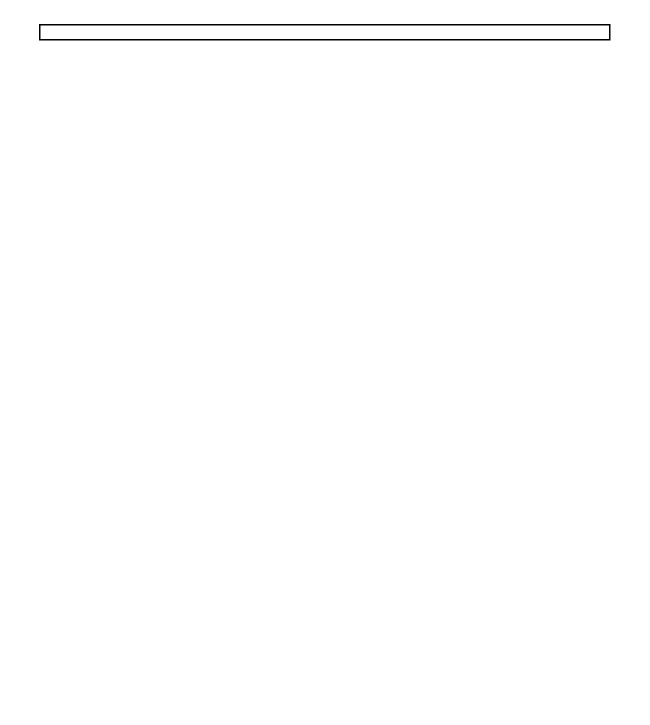
The draw.io diagram Garage_01.drawio in joschinger-github/garage, before the edit. Source tidied: cells renumbered, new cells numbered last; positions are measured from the earlier drawing's top-left corner, leaving out a move shared by most shapes. Both pictures are drawn from the tidied source at 150%, with x=0, y=0 at pixel (39, 24).
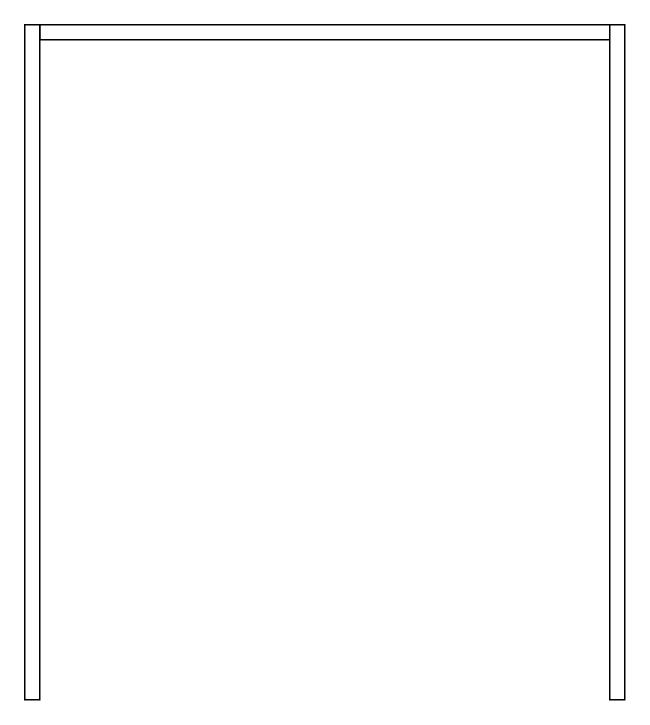
After the change.

What changed in the source:
```diff
@@
 <mxGraphModel>
   <root>
     <mxCell id="0" />
     <mxCell id="1" parent="0" />
     <mxCell id="2" style="rounded=0;whiteSpace=wrap;html=1;" parent="1" vertex="1">
       <mxGeometry width="380" height="10" as="geometry" />
     </mxCell>
+    <mxCell id="3" style="rounded=0;whiteSpace=wrap;html=1;" parent="1" vertex="1">
+      <mxGeometry x="-10" width="10" height="450" as="geometry" />
+    </mxCell>
+    <mxCell id="4" style="rounded=0;whiteSpace=wrap;html=1;" parent="1" vertex="1">
+      <mxGeometry x="380" width="10" height="450" as="geometry" />
+    </mxCell>
   </root>
 </mxGraphModel>
```
